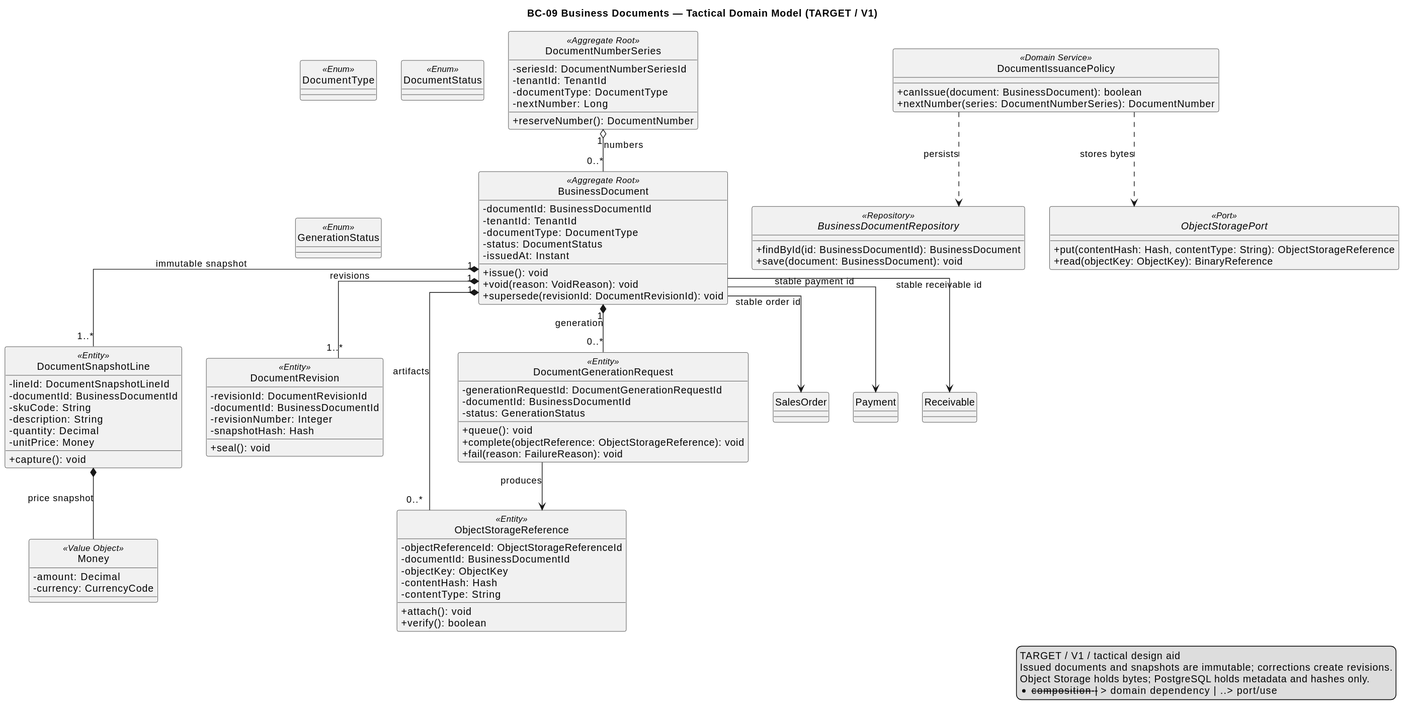
Earlier version of the PlantUML export 01-shared/domain/bounded-contexts/BC-09-business-documents/diagrams/BC09_BusinessDocuments.svg (nexa-suite/blueprint). Its diagram source:
```plantuml
@startuml
title BC-09 Business Documents — Tactical Domain Model (TARGET / V1)
hide circle
skinparam classAttributeIconSize 0
skinparam shadowing false
skinparam linetype ortho

class DocumentNumberSeries <<Aggregate Root>> {
  -seriesId: DocumentNumberSeriesId
  -tenantId: TenantId
  -documentType: DocumentType
  -nextNumber: Long
  +reserveNumber(): DocumentNumber
}

class BusinessDocument <<Aggregate Root>> {
  -documentId: BusinessDocumentId
  -tenantId: TenantId
  -documentType: DocumentType
  -status: DocumentStatus
  -issuedAt: Instant
  +issue(): void
  +void(reason: VoidReason): void
  +supersede(revisionId: DocumentRevisionId): void
}

class DocumentSnapshotLine <<Entity>> {
  -lineId: DocumentSnapshotLineId
  -documentId: BusinessDocumentId
  -skuCode: String
  -description: String
  -quantity: Decimal
  -unitPrice: Money
  +capture(): void
}

class DocumentRevision <<Entity>> {
  -revisionId: DocumentRevisionId
  -documentId: BusinessDocumentId
  -revisionNumber: Integer
  -snapshotHash: Hash
  +seal(): void
}

class ObjectStorageReference <<Entity>> {
  -objectReferenceId: ObjectStorageReferenceId
  -documentId: BusinessDocumentId
  -objectKey: ObjectKey
  -contentHash: Hash
  -contentType: String
  +attach(): void
  +verify(): boolean
}

class DocumentGenerationRequest <<Entity>> {
  -generationRequestId: DocumentGenerationRequestId
  -documentId: BusinessDocumentId
  -status: GenerationStatus
  +queue(): void
  +complete(objectReference: ObjectStorageReference): void
  +fail(reason: FailureReason): void
}

class DocumentIssuancePolicy <<Domain Service>> {
  +canIssue(document: BusinessDocument): boolean
  +nextNumber(series: DocumentNumberSeries): DocumentNumber
}

class Money <<Value Object>> {
  -amount: Decimal
  -currency: CurrencyCode
}

interface BusinessDocumentRepository <<Repository>> {
  +findById(id: BusinessDocumentId): BusinessDocument
  +save(document: BusinessDocument): void
}

interface ObjectStoragePort <<Port>> {
  +put(contentHash: Hash, contentType: String): ObjectStorageReference
  +read(objectKey: ObjectKey): BinaryReference
}

enum DocumentType <<Enum>>
enum DocumentStatus <<Enum>>
enum GenerationStatus <<Enum>>

DocumentNumberSeries "1" o-- "0..*" BusinessDocument : numbers
BusinessDocument "1" *-- "1..*" DocumentSnapshotLine : immutable snapshot
BusinessDocument "1" *-- "1..*" DocumentRevision : revisions
BusinessDocument "1" *-- "0..*" ObjectStorageReference : artifacts
BusinessDocument "1" *-- "0..*" DocumentGenerationRequest : generation
DocumentSnapshotLine *-- Money : price snapshot
DocumentGenerationRequest --> ObjectStorageReference : produces
BusinessDocument --> SalesOrder : stable order id
BusinessDocument --> Payment : stable payment id
BusinessDocument --> Receivable : stable receivable id
DocumentIssuancePolicy ..> BusinessDocumentRepository : persists
DocumentIssuancePolicy ..> ObjectStoragePort : stores bytes

legend right
TARGET / V1 / tactical design aid
Issued documents and snapshots are immutable; corrections create revisions.
Object Storage holds bytes; PostgreSQL holds metadata and hashes only.
*-- composition | --> domain dependency | ..> port/use
endlegend
@enduml
```
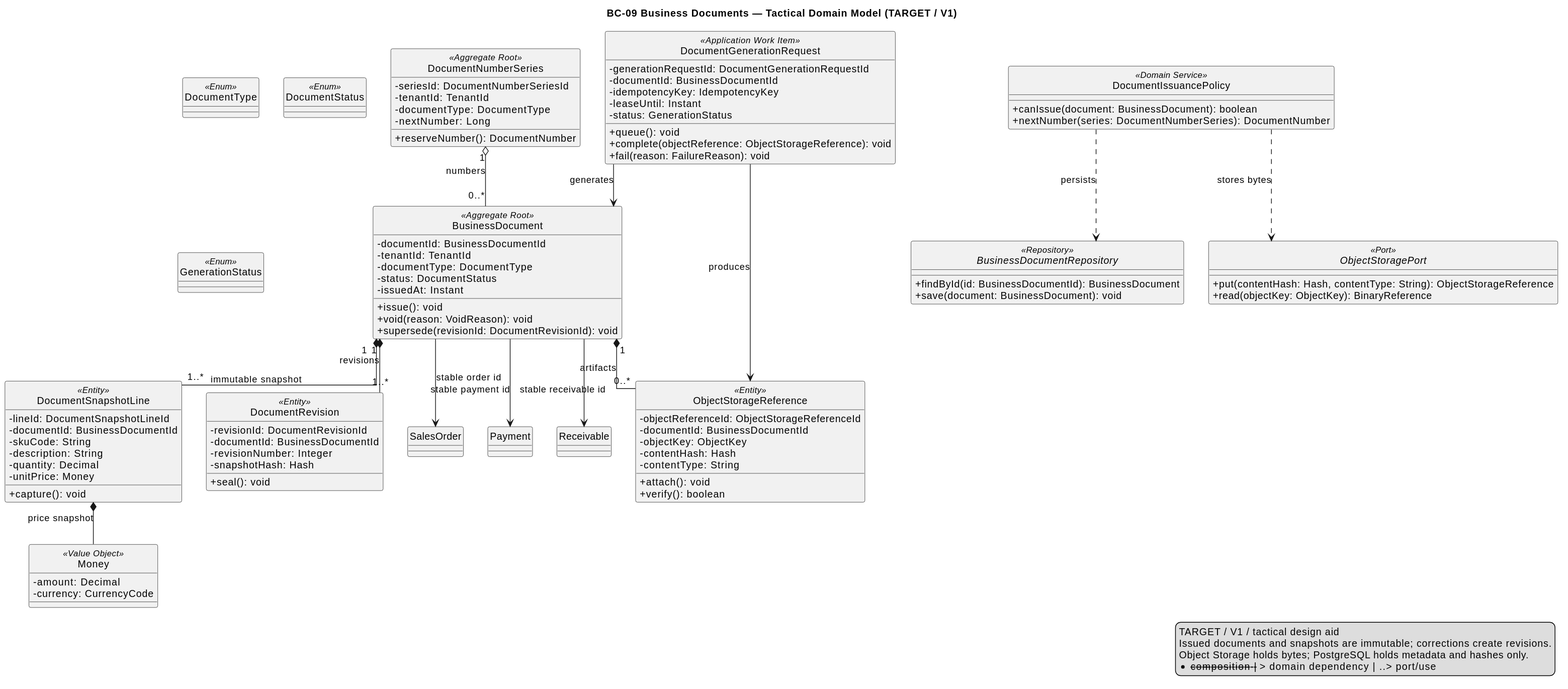
The same file after the commit.

What changed in the source:
```diff
@@ -52,9 +52,11 @@
   +verify(): boolean
 }
 
-class DocumentGenerationRequest <<Entity>> {
+class DocumentGenerationRequest <<Application Work Item>> {
   -generationRequestId: DocumentGenerationRequestId
   -documentId: BusinessDocumentId
+  -idempotencyKey: IdempotencyKey
+  -leaseUntil: Instant
   -status: GenerationStatus
   +queue(): void
   +complete(objectReference: ObjectStorageReference): void
@@ -89,7 +91,7 @@
 BusinessDocument "1" *-- "1..*" DocumentSnapshotLine : immutable snapshot
 BusinessDocument "1" *-- "1..*" DocumentRevision : revisions
 BusinessDocument "1" *-- "0..*" ObjectStorageReference : artifacts
-BusinessDocument "1" *-- "0..*" DocumentGenerationRequest : generation
+DocumentGenerationRequest --> BusinessDocument : generates
 DocumentSnapshotLine *-- Money : price snapshot
 DocumentGenerationRequest --> ObjectStorageReference : produces
 BusinessDocument --> SalesOrder : stable order id
```
